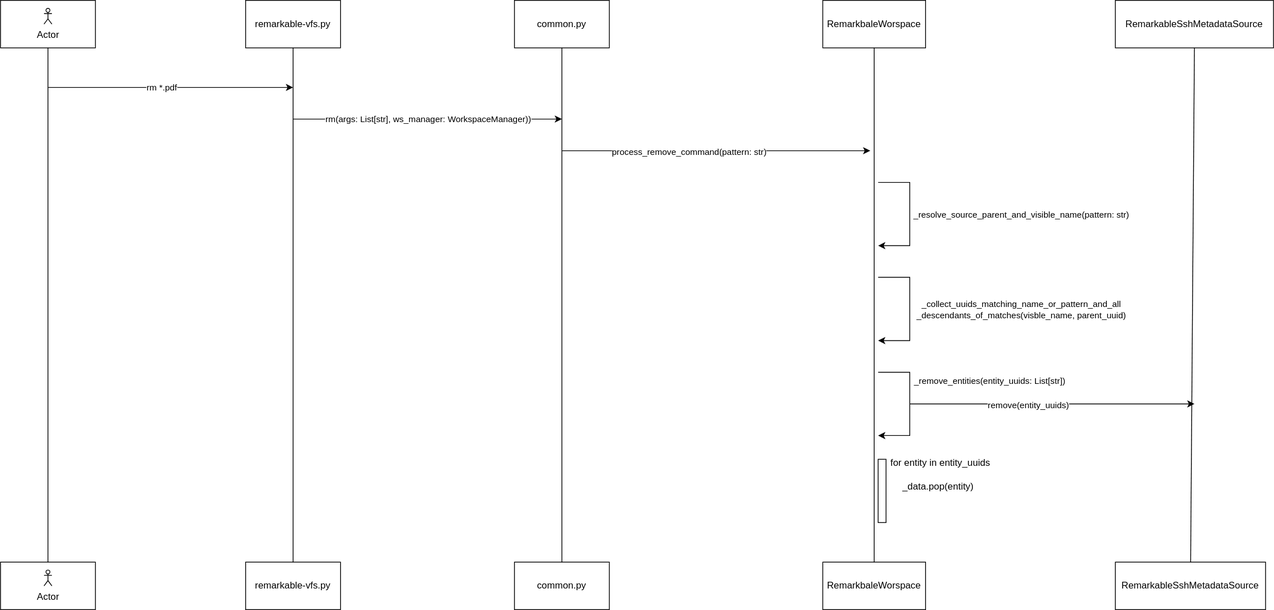
This is doc/rm-sequence-diagram.drawio.svg from heidi-holappa/remarkable-virtual-filesystem, a draw.io export, as it was before one commit. Source tidied: cells renumbered, new cells last; positions are measured from the earlier drawing's top-left corner, leaving out a move shared by most shapes. Source of this version:
```xml
<mxGraphModel>
  <root>
    <mxCell id="0" />
    <mxCell id="1" parent="0" />
    <mxCell id="2" style="endArrow=none;html=1;rounded=0;entryX=0.5;entryY=1;entryDx=0;entryDy=0;" parent="1" edge="1" source="4" target="3">
      <mxGeometry relative="1" as="geometry" />
    </mxCell>
    <mxCell id="3" style="rounded=0;whiteSpace=wrap;html=1;" parent="1" vertex="1">
      <mxGeometry width="120" height="60" as="geometry" />
    </mxCell>
    <mxCell id="4" style="rounded=0;whiteSpace=wrap;html=1;" parent="1" vertex="1">
      <mxGeometry y="710" width="120" height="60" as="geometry" />
    </mxCell>
    <mxCell id="5" style="endArrow=none;html=1;rounded=0;entryX=0.5;entryY=1;entryDx=0;entryDy=0;" parent="1" edge="1" source="7" target="6">
      <mxGeometry relative="1" as="geometry" />
    </mxCell>
    <mxCell id="6" value="remarkable-vfs.py" style="rounded=0;whiteSpace=wrap;html=1;" parent="1" vertex="1">
      <mxGeometry x="310" width="120" height="60" as="geometry" />
    </mxCell>
    <mxCell id="7" value="remarkable-vfs.py" style="rounded=0;whiteSpace=wrap;html=1;" parent="1" vertex="1">
      <mxGeometry x="310" y="710" width="120" height="60" as="geometry" />
    </mxCell>
    <mxCell id="8" style="endArrow=none;html=1;rounded=0;entryX=0.5;entryY=1;entryDx=0;entryDy=0;" parent="1" edge="1" source="10" target="9">
      <mxGeometry relative="1" as="geometry" />
    </mxCell>
    <mxCell id="9" value="common.py" style="rounded=0;whiteSpace=wrap;html=1;" parent="1" vertex="1">
      <mxGeometry x="650" width="120" height="60" as="geometry" />
    </mxCell>
    <mxCell id="10" value="common.py" style="rounded=0;whiteSpace=wrap;html=1;" parent="1" vertex="1">
      <mxGeometry x="650" y="710" width="120" height="60" as="geometry" />
    </mxCell>
    <mxCell id="11" style="endArrow=none;html=1;rounded=0;entryX=0.5;entryY=1;entryDx=0;entryDy=0;" parent="1" edge="1" source="13" target="12">
      <mxGeometry relative="1" as="geometry" />
    </mxCell>
    <mxCell id="12" value="RemarkbaleWorspace" style="rounded=0;whiteSpace=wrap;html=1;" parent="1" vertex="1">
      <mxGeometry x="1040" width="130" height="60" as="geometry" />
    </mxCell>
    <mxCell id="13" value="RemarkbaleWorspace" style="rounded=0;whiteSpace=wrap;html=1;" parent="1" vertex="1">
      <mxGeometry x="1040" y="710" width="130" height="60" as="geometry" />
    </mxCell>
    <mxCell id="14" style="endArrow=none;html=1;rounded=0;entryX=0.5;entryY=1;entryDx=0;entryDy=0;" parent="1" edge="1" source="16" target="15">
      <mxGeometry relative="1" as="geometry" />
    </mxCell>
    <mxCell id="15" value="RemarkableSshMetadataSource" style="rounded=0;whiteSpace=wrap;html=1;" parent="1" vertex="1">
      <mxGeometry x="1410" width="200" height="60" as="geometry" />
    </mxCell>
    <mxCell id="16" value="RemarkableSshMetadataSource" style="rounded=0;whiteSpace=wrap;html=1;" parent="1" vertex="1">
      <mxGeometry x="1410" y="710" width="190" height="60" as="geometry" />
    </mxCell>
    <mxCell id="17" value="Actor" style="shape=umlActor;verticalLabelPosition=bottom;verticalAlign=top;html=1;" parent="1" vertex="1">
      <mxGeometry x="55" y="720" width="10" height="20" as="geometry" />
    </mxCell>
    <mxCell id="18" value="Actor" style="shape=umlActor;verticalLabelPosition=bottom;verticalAlign=top;html=1;" parent="1" vertex="1">
      <mxGeometry x="55" y="10" width="10" height="20" as="geometry" />
    </mxCell>
    <mxCell id="19" style="endArrow=classic;html=1;rounded=0;" parent="1" edge="1">
      <mxGeometry relative="1" as="geometry">
        <mxPoint x="60" y="110" as="sourcePoint" />
        <mxPoint x="370" y="110" as="targetPoint" />
      </mxGeometry>
    </mxCell>
    <mxCell id="20" value="rm *.pdf" style="edgeLabel;html=1;align=center;verticalAlign=middle;" parent="19" vertex="1">
      <mxGeometry x="-0.08" y="1" relative="1" as="geometry" />
    </mxCell>
    <mxCell id="21" style="endArrow=classic;html=1;rounded=0;" parent="1" edge="1">
      <mxGeometry relative="1" as="geometry">
        <mxPoint x="370" y="150" as="sourcePoint" />
        <mxPoint x="710" y="150" as="targetPoint" />
      </mxGeometry>
    </mxCell>
    <mxCell id="22" value="rm(args: List[str], ws_manager: WorkspaceManager))" style="edgeLabel;html=1;align=center;verticalAlign=middle;" parent="21" vertex="1">
      <mxGeometry x="-0.21" y="1" relative="1" as="geometry">
        <mxPoint x="35" as="offset" />
      </mxGeometry>
    </mxCell>
    <mxCell id="23" style="endArrow=classic;html=1;rounded=0;" parent="1" edge="1">
      <mxGeometry relative="1" as="geometry">
        <mxPoint x="710" y="190" as="sourcePoint" />
        <mxPoint x="1100" y="190" as="targetPoint" />
      </mxGeometry>
    </mxCell>
    <mxCell id="24" value="process_remove_command(pattern: str)" style="edgeLabel;html=1;align=center;verticalAlign=middle;" parent="23" vertex="1">
      <mxGeometry x="-0.18" y="-1" relative="1" as="geometry" />
    </mxCell>
    <mxCell id="25" style="endArrow=classic;html=1;rounded=0;" parent="1" edge="1">
      <mxGeometry relative="1" as="geometry">
        <mxPoint x="1110" y="230" as="sourcePoint" />
        <mxPoint x="1110" y="310" as="targetPoint" />
        <Array as="points">
          <mxPoint x="1150" y="230" />
          <mxPoint x="1150" y="310" />
        </Array>
      </mxGeometry>
    </mxCell>
    <mxCell id="26" value="_resolve_source_parent_and_visible_name(pattern: str)" style="edgeLabel;html=1;align=center;verticalAlign=middle;" parent="25" vertex="1">
      <mxGeometry x="0.17" y="-1" relative="1" as="geometry">
        <mxPoint x="141" y="-14" as="offset" />
      </mxGeometry>
    </mxCell>
    <mxCell id="27" style="endArrow=classic;html=1;rounded=0;" parent="1" edge="1">
      <mxGeometry relative="1" as="geometry">
        <mxPoint x="1110" y="350" as="sourcePoint" />
        <mxPoint x="1110" y="430" as="targetPoint" />
        <Array as="points">
          <mxPoint x="1150" y="350" />
          <mxPoint x="1150" y="430" />
        </Array>
      </mxGeometry>
    </mxCell>
    <mxCell id="28" value="&lt;div&gt;_collect_uuids_matching_name_or_pattern_and_all&lt;/div&gt;&lt;div&gt;_descendants_of_matches(visble_name, parent_uuid)&lt;/div&gt;" style="edgeLabel;html=1;align=center;verticalAlign=middle;" parent="27" vertex="1">
      <mxGeometry x="0.17" y="-1" relative="1" as="geometry">
        <mxPoint x="141" y="-14" as="offset" />
      </mxGeometry>
    </mxCell>
    <mxCell id="29" style="endArrow=classic;html=1;rounded=0;" parent="1" edge="1">
      <mxGeometry relative="1" as="geometry">
        <mxPoint x="1110" y="470" as="sourcePoint" />
        <mxPoint x="1110" y="550" as="targetPoint" />
        <Array as="points">
          <mxPoint x="1150" y="470" />
          <mxPoint x="1150" y="550" />
        </Array>
      </mxGeometry>
    </mxCell>
    <mxCell id="30" value="_remove_entities(entity_uuids: List[str])" style="edgeLabel;html=1;align=center;verticalAlign=middle;" parent="29" vertex="1">
      <mxGeometry x="0.17" y="-1" relative="1" as="geometry">
        <mxPoint x="101" y="-44" as="offset" />
      </mxGeometry>
    </mxCell>
    <mxCell id="31" style="endArrow=classic;html=1;rounded=0;" parent="1" edge="1">
      <mxGeometry relative="1" as="geometry">
        <mxPoint x="1150" y="510" as="sourcePoint" />
        <mxPoint x="1510" y="510" as="targetPoint" />
      </mxGeometry>
    </mxCell>
    <mxCell id="32" value="remove(entity_uuids)" style="edgeLabel;html=1;align=center;verticalAlign=middle;" parent="31" vertex="1">
      <mxGeometry x="-0.17" y="-1" relative="1" as="geometry" />
    </mxCell>
    <mxCell id="33" style="rounded=0;whiteSpace=wrap;html=1;" parent="1" vertex="1">
      <mxGeometry x="1110" y="580" width="10" height="80" as="geometry" />
    </mxCell>
    <mxCell id="34" value="_data.pop(entity)" style="text;strokeColor=none;fillColor=none;align=left;verticalAlign=middle;spacingLeft=4;spacingRight=4;overflow=hidden;whiteSpace=wrap;html=1;" parent="1" vertex="1">
      <mxGeometry x="1135" y="600" width="115" height="30" as="geometry" />
    </mxCell>
    <mxCell id="35" value="for entity in entity_uuids" style="text;strokeColor=none;fillColor=none;align=left;verticalAlign=middle;spacingLeft=4;spacingRight=4;overflow=hidden;whiteSpace=wrap;html=1;" parent="1" vertex="1">
      <mxGeometry x="1120" y="570" width="170" height="30" as="geometry" />
    </mxCell>
  </root>
</mxGraphModel>
```
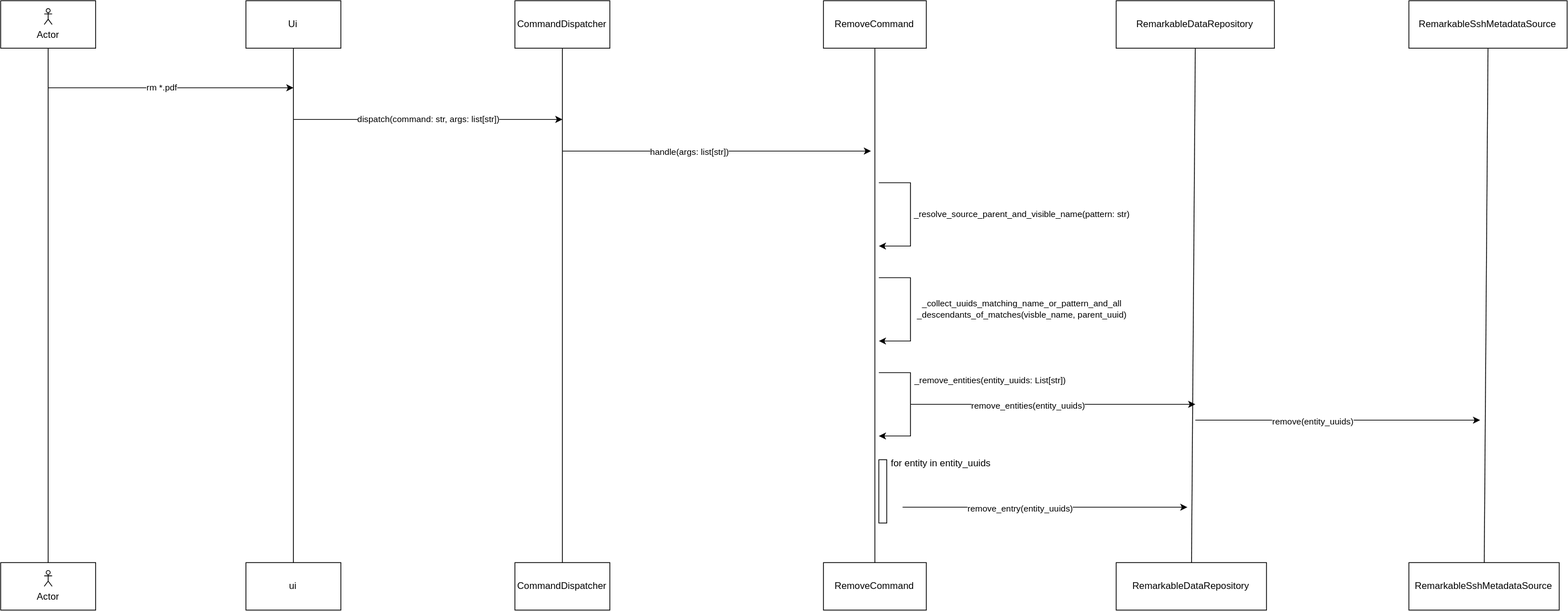
Later version of the same file.

Commit message:
Update sequence diagram for rm

The edit, as a diff of the source:
```diff
@@ -14,37 +14,37 @@
     <mxCell id="5" style="endArrow=none;html=1;rounded=0;entryX=0.5;entryY=1;entryDx=0;entryDy=0;" parent="1" edge="1" source="7" target="6">
       <mxGeometry relative="1" as="geometry" />
     </mxCell>
-    <mxCell id="6" value="remarkable-vfs.py" style="rounded=0;whiteSpace=wrap;html=1;" parent="1" vertex="1">
+    <mxCell id="6" value="Ui" style="rounded=0;whiteSpace=wrap;html=1;" parent="1" vertex="1">
       <mxGeometry x="310" width="120" height="60" as="geometry" />
     </mxCell>
-    <mxCell id="7" value="remarkable-vfs.py" style="rounded=0;whiteSpace=wrap;html=1;" parent="1" vertex="1">
+    <mxCell id="7" value="ui" style="rounded=0;whiteSpace=wrap;html=1;" parent="1" vertex="1">
       <mxGeometry x="310" y="710" width="120" height="60" as="geometry" />
     </mxCell>
     <mxCell id="8" style="endArrow=none;html=1;rounded=0;entryX=0.5;entryY=1;entryDx=0;entryDy=0;" parent="1" edge="1" source="10" target="9">
       <mxGeometry relative="1" as="geometry" />
     </mxCell>
-    <mxCell id="9" value="common.py" style="rounded=0;whiteSpace=wrap;html=1;" parent="1" vertex="1">
+    <mxCell id="9" value="CommandDispatcher" style="rounded=0;whiteSpace=wrap;html=1;" parent="1" vertex="1">
       <mxGeometry x="650" width="120" height="60" as="geometry" />
     </mxCell>
-    <mxCell id="10" value="common.py" style="rounded=0;whiteSpace=wrap;html=1;" parent="1" vertex="1">
+    <mxCell id="10" value="CommandDispatcher" style="rounded=0;whiteSpace=wrap;html=1;" parent="1" vertex="1">
       <mxGeometry x="650" y="710" width="120" height="60" as="geometry" />
     </mxCell>
     <mxCell id="11" style="endArrow=none;html=1;rounded=0;entryX=0.5;entryY=1;entryDx=0;entryDy=0;" parent="1" edge="1" source="13" target="12">
       <mxGeometry relative="1" as="geometry" />
     </mxCell>
-    <mxCell id="12" value="RemarkbaleWorspace" style="rounded=0;whiteSpace=wrap;html=1;" parent="1" vertex="1">
+    <mxCell id="12" value="RemoveCommand" style="rounded=0;whiteSpace=wrap;html=1;" parent="1" vertex="1">
       <mxGeometry x="1040" width="130" height="60" as="geometry" />
     </mxCell>
-    <mxCell id="13" value="RemarkbaleWorspace" style="rounded=0;whiteSpace=wrap;html=1;" parent="1" vertex="1">
+    <mxCell id="13" value="RemoveCommand" style="rounded=0;whiteSpace=wrap;html=1;" parent="1" vertex="1">
       <mxGeometry x="1040" y="710" width="130" height="60" as="geometry" />
     </mxCell>
     <mxCell id="14" style="endArrow=none;html=1;rounded=0;entryX=0.5;entryY=1;entryDx=0;entryDy=0;" parent="1" edge="1" source="16" target="15">
       <mxGeometry relative="1" as="geometry" />
     </mxCell>
-    <mxCell id="15" value="RemarkableSshMetadataSource" style="rounded=0;whiteSpace=wrap;html=1;" parent="1" vertex="1">
+    <mxCell id="15" value="RemarkableDataRepository" style="rounded=0;whiteSpace=wrap;html=1;" parent="1" vertex="1">
       <mxGeometry x="1410" width="200" height="60" as="geometry" />
     </mxCell>
-    <mxCell id="16" value="RemarkableSshMetadataSource" style="rounded=0;whiteSpace=wrap;html=1;" parent="1" vertex="1">
+    <mxCell id="16" value="RemarkableDataRepository" style="rounded=0;whiteSpace=wrap;html=1;" parent="1" vertex="1">
       <mxGeometry x="1410" y="710" width="190" height="60" as="geometry" />
     </mxCell>
     <mxCell id="17" value="Actor" style="shape=umlActor;verticalLabelPosition=bottom;verticalAlign=top;html=1;" parent="1" vertex="1">
@@ -68,7 +68,7 @@
         <mxPoint x="710" y="150" as="targetPoint" />
       </mxGeometry>
     </mxCell>
-    <mxCell id="22" value="rm(args: List[str], ws_manager: WorkspaceManager))" style="edgeLabel;html=1;align=center;verticalAlign=middle;" parent="21" vertex="1">
+    <mxCell id="22" value="dispatch(command: str, args: list[str])" style="edgeLabel;html=1;align=center;verticalAlign=middle;" parent="21" vertex="1">
       <mxGeometry x="-0.21" y="1" relative="1" as="geometry">
         <mxPoint x="35" as="offset" />
       </mxGeometry>
@@ -79,7 +79,7 @@
         <mxPoint x="1100" y="190" as="targetPoint" />
       </mxGeometry>
     </mxCell>
-    <mxCell id="24" value="process_remove_command(pattern: str)" style="edgeLabel;html=1;align=center;verticalAlign=middle;" parent="23" vertex="1">
+    <mxCell id="24" value="handle(args: list[str])" style="edgeLabel;html=1;align=center;verticalAlign=middle;" parent="23" vertex="1">
       <mxGeometry x="-0.18" y="-1" relative="1" as="geometry" />
     </mxCell>
     <mxCell id="25" style="endArrow=classic;html=1;rounded=0;" parent="1" edge="1">
@@ -133,17 +133,41 @@
         <mxPoint x="1510" y="510" as="targetPoint" />
       </mxGeometry>
     </mxCell>
-    <mxCell id="32" value="remove(entity_uuids)" style="edgeLabel;html=1;align=center;verticalAlign=middle;" parent="31" vertex="1">
+    <mxCell id="32" value="remove_entities(entity_uuids)" style="edgeLabel;html=1;align=center;verticalAlign=middle;" parent="31" vertex="1">
       <mxGeometry x="-0.17" y="-1" relative="1" as="geometry" />
     </mxCell>
     <mxCell id="33" style="rounded=0;whiteSpace=wrap;html=1;" parent="1" vertex="1">
       <mxGeometry x="1110" y="580" width="10" height="80" as="geometry" />
     </mxCell>
-    <mxCell id="34" value="_data.pop(entity)" style="text;strokeColor=none;fillColor=none;align=left;verticalAlign=middle;spacingLeft=4;spacingRight=4;overflow=hidden;whiteSpace=wrap;html=1;" parent="1" vertex="1">
-      <mxGeometry x="1135" y="600" width="115" height="30" as="geometry" />
-    </mxCell>
     <mxCell id="35" value="for entity in entity_uuids" style="text;strokeColor=none;fillColor=none;align=left;verticalAlign=middle;spacingLeft=4;spacingRight=4;overflow=hidden;whiteSpace=wrap;html=1;" parent="1" vertex="1">
       <mxGeometry x="1120" y="570" width="170" height="30" as="geometry" />
     </mxCell>
+    <mxCell id="36" style="endArrow=none;html=1;rounded=0;entryX=0.5;entryY=1;entryDx=0;entryDy=0;" parent="1" edge="1" source="38" target="37">
+      <mxGeometry relative="1" as="geometry" />
+    </mxCell>
+    <mxCell id="37" value="RemarkableSshMetadataSource" style="rounded=0;whiteSpace=wrap;html=1;" parent="1" vertex="1">
+      <mxGeometry x="1780" width="200" height="60" as="geometry" />
+    </mxCell>
+    <mxCell id="38" value="RemarkableSshMetadataSource" style="rounded=0;whiteSpace=wrap;html=1;" parent="1" vertex="1">
+      <mxGeometry x="1780" y="710" width="190" height="60" as="geometry" />
+    </mxCell>
+    <mxCell id="39" style="endArrow=classic;html=1;rounded=0;" parent="1" edge="1">
+      <mxGeometry relative="1" as="geometry">
+        <mxPoint x="1510" y="530" as="sourcePoint" />
+        <mxPoint x="1870" y="530" as="targetPoint" />
+      </mxGeometry>
+    </mxCell>
+    <mxCell id="40" value="remove(entity_uuids)" style="edgeLabel;html=1;align=center;verticalAlign=middle;" parent="39" vertex="1">
+      <mxGeometry x="-0.17" y="-1" relative="1" as="geometry" />
+    </mxCell>
+    <mxCell id="41" style="endArrow=classic;html=1;rounded=0;" parent="1" edge="1">
+      <mxGeometry relative="1" as="geometry">
+        <mxPoint x="1140" y="640" as="sourcePoint" />
+        <mxPoint x="1500" y="640" as="targetPoint" />
+      </mxGeometry>
+    </mxCell>
+    <mxCell id="42" value="remove_entry(entity_uuids)" style="edgeLabel;html=1;align=center;verticalAlign=middle;" parent="41" vertex="1">
+      <mxGeometry x="-0.17" y="-1" relative="1" as="geometry" />
+    </mxCell>
   </root>
 </mxGraphModel>
```
